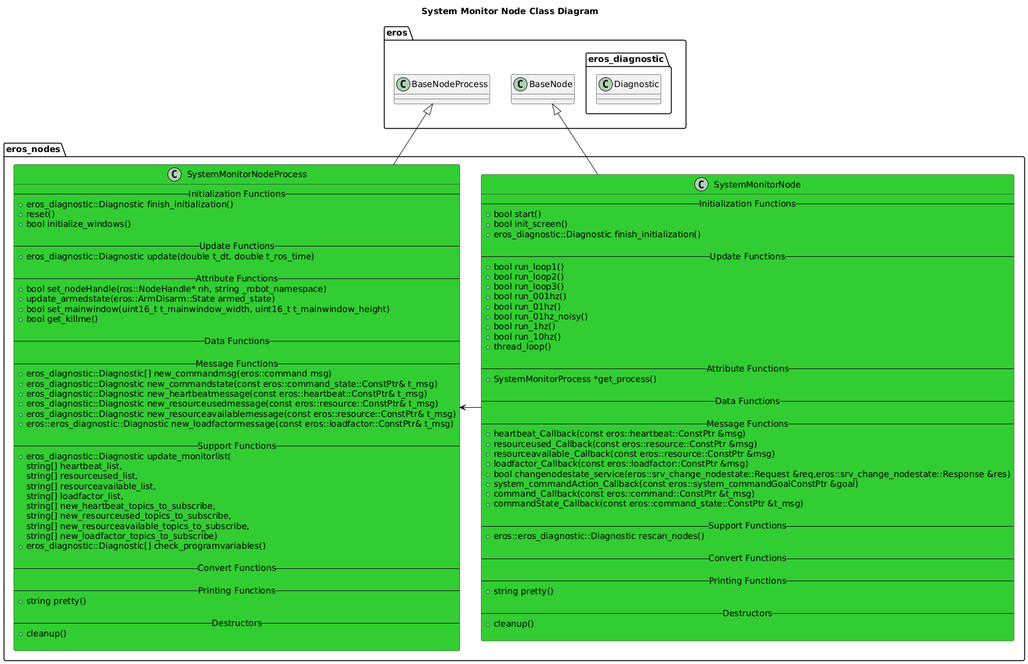
Above: nodes/SystemMonitor/doc/output/SystemMonitorNodeClassDiagram.png in fastrobotics/eros (PlantUML), before the change. Its diagram source:
```plantuml
@startuml
title System Monitor Node Class Diagram
package eros {
    class BaseNode
    class BaseNodeProcess
    namespace eros_diagnostic {
        class Diagnostic
    }
}
namespace eros_nodes {
    class SystemMonitorNode #LimeGreen {
        -- Initialization Functions --
        +bool start()
        +bool init_screen()
        +eros_diagnostic::Diagnostic finish_initialization()

        -- Update Functions --
        +bool run_loop1()
        +bool run_loop2()
        +bool run_loop3()
        +bool run_001hz()
        +bool run_01hz()
        +bool run_01hz_noisy()
        +bool run_1hz()
        +bool run_10hz()
        +thread_loop()

        -- Attribute Functions --
        +SystemMonitorProcess *get_process()

        -- Data Functions --

        -- Message Functions --
        +heartbeat_Callback(const eros::heartbeat::ConstPtr &msg)
        +resourceused_Callback(const eros::resource::ConstPtr &msg)
        +resourceavailable_Callback(const eros::resource::ConstPtr &msg)
        +loadfactor_Callback(const eros::loadfactor::ConstPtr &msg)
        +bool changenodestate_service(eros::srv_change_nodestate::Request &req,eros::srv_change_nodestate::Response &res)
        +system_commandAction_Callback(const eros::system_commandGoalConstPtr &goal)
        +command_Callback(const eros::command::ConstPtr &t_msg)
        +commandState_Callback(const eros::command_state::ConstPtr &t_msg)

        -- Support Functions --
        +eros::eros_diagnostic::Diagnostic rescan_nodes()

        -- Convert Functions --

        -- Printing Functions --
        +string pretty()

        -- Destructors --
        +cleanup()

    }
    class SystemMonitorNodeProcess #LimeGreen {
        -- Initialization Functions --
        +eros_diagnostic::Diagnostic finish_initialization()
        +reset()
        +bool initialize_windows()

        -- Update Functions --
        +eros_diagnostic::Diagnostic update(double t_dt, double t_ros_time)

        -- Attribute Functions --
        +bool set_nodeHandle(ros::NodeHandle* nh, string _robot_namespace)
        +update_armedstate(eros::ArmDisarm::State armed_state)
        +bool set_mainwindow(uint16_t t_mainwindow_width, uint16_t t_mainwindow_height)
        +bool get_killme()

        -- Data Functions --

        -- Message Functions --
        +eros_diagnostic::Diagnostic[] new_commandmsg(eros::command msg)
        +eros_diagnostic::Diagnostic new_commandstate(const eros::command_state::ConstPtr& t_msg)
        +eros_diagnostic::Diagnostic new_heartbeatmessage(const eros::heartbeat::ConstPtr& t_msg)
        +eros_diagnostic::Diagnostic new_resourceusedmessage(const eros::resource::ConstPtr& t_msg)
        +eros_diagnostic::Diagnostic new_resourceavailablemessage(const eros::resource::ConstPtr& t_msg)
        +eros::eros_diagnostic::Diagnostic new_loadfactormessage(const eros::loadfactor::ConstPtr& t_msg)

        -- Support Functions --
        +eros_diagnostic::Diagnostic update_monitorlist(
            string[] heartbeat_list,
            string[] resourceused_list,
            string[] resourceavailable_list,
            string[] loadfactor_list,
            string[] new_heartbeat_topics_to_subscribe,
            string[] new_resourceused_topics_to_subscribe,
            string[] new_resourceavailable_topics_to_subscribe,
            string[] new_loadfactor_topics_to_subscribe)
        +eros_diagnostic::Diagnostic[] check_programvariables()

        -- Convert Functions --

        -- Printing Functions --
        +string pretty()

        -- Destructors --
        +cleanup()

    }

    BaseNode <|-- SystemMonitorNode
    BaseNodeProcess <|-- SystemMonitorNodeProcess
    SystemMonitorNode -> SystemMonitorNodeProcess
}

@enduml
```
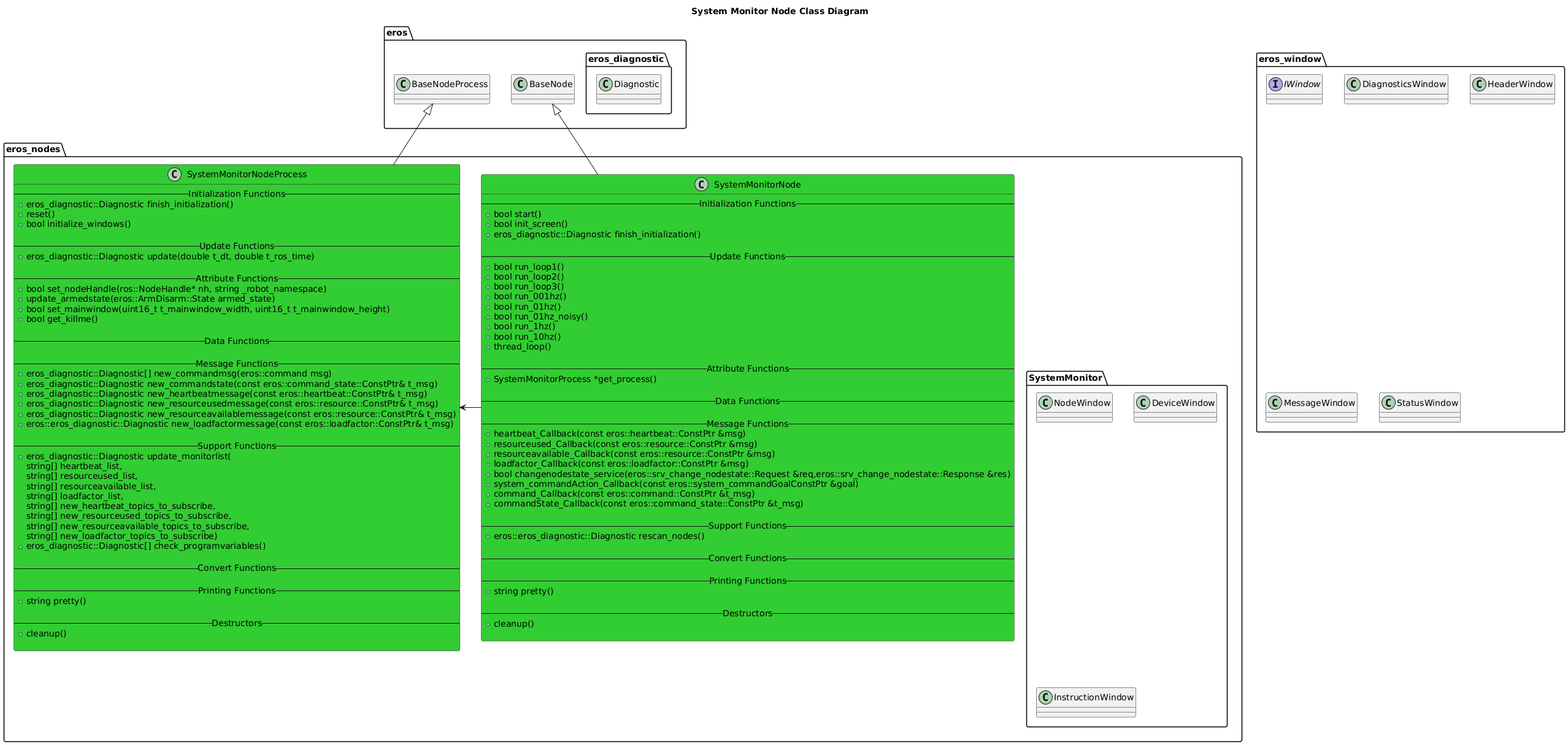
Above is the later version.

The edit, as a diff of the source:
```diff
@@ -7,7 +7,19 @@
         class Diagnostic
     }
 }
+namespace eros_window {
+    interface IWindow
+    class DiagnosticsWindow
+    class HeaderWindow
+    class MessageWindow
+    class StatusWindow
+}
 namespace eros_nodes {
+    namespace SystemMonitor {
+        class NodeWindow
+        class DeviceWindow
+        class InstructionWindow
+    }
     class SystemMonitorNode #LimeGreen {
         -- Initialization Functions --
         +bool start()
```
